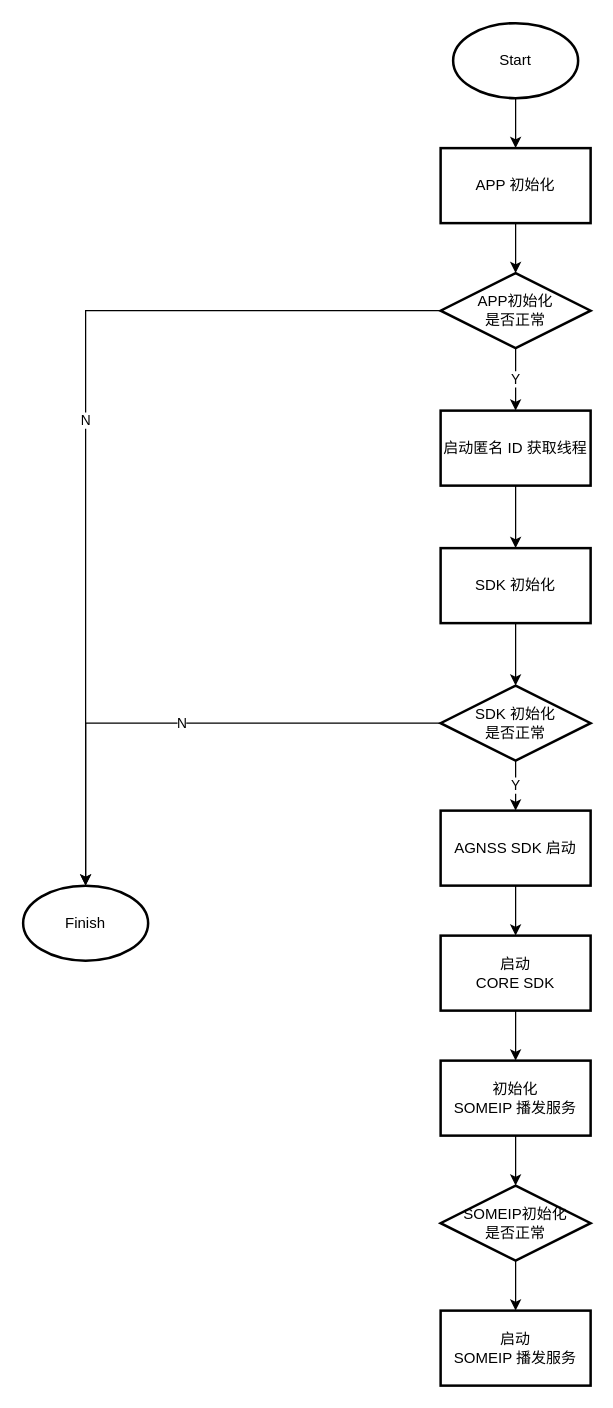
This is drawio/byd-mainFlowChart.drawio from mrlv0517/data, a draw.io file, before an edit. Source tidied: cells renumbered, new cells numbered last; positions are measured from the earlier drawing's top-left corner, leaving out a move shared by most shapes. Both pictures are drawn from the tidied source at 125%, with x=0, y=0 at pixel (22, 22).
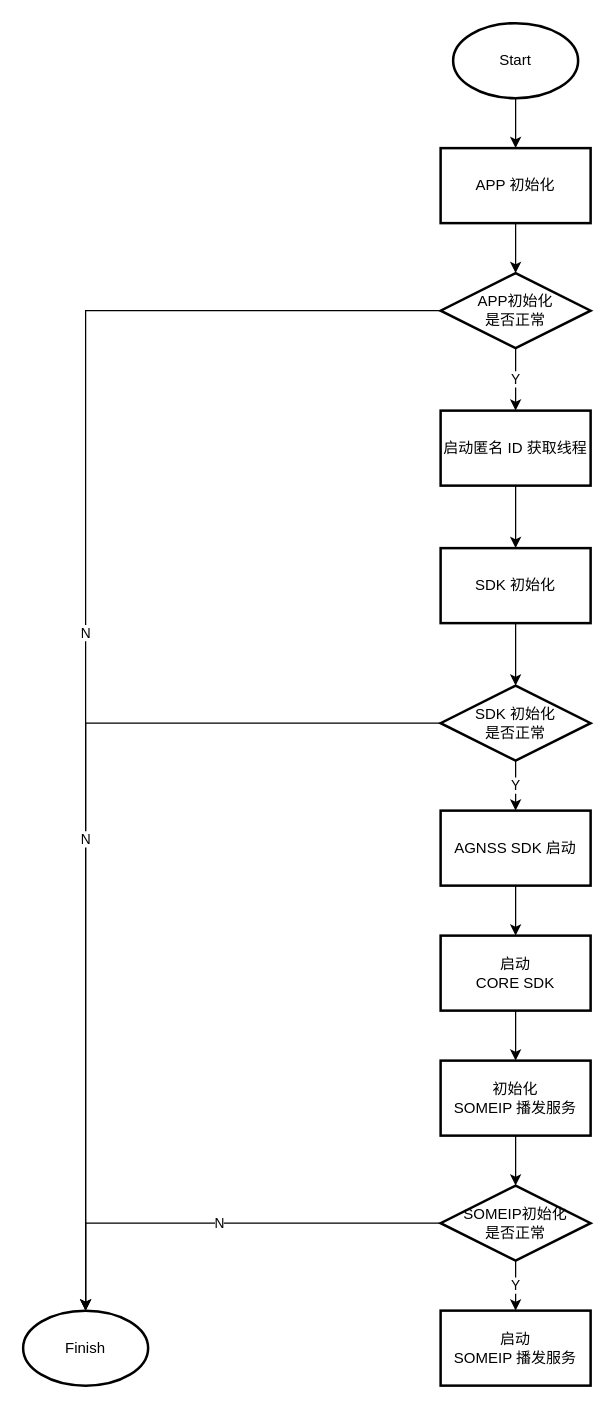
After the change.

The change refers to these unchanged cells:
```xml
<mxCell id="24" value="SOMEIP初始化&lt;br&gt;是否正常" style="rhombus;whiteSpace=wrap;html=1;strokeWidth=2;" parent="1" vertex="1">
  <mxGeometry x="334" y="930" width="120" height="60" as="geometry" />
</mxCell>
<mxCell id="25" value="启动 &lt;br&gt;SOMEIP 播发服务" style="whiteSpace=wrap;html=1;strokeWidth=2;" parent="1" vertex="1">
  <mxGeometry x="334" y="1030" width="120" height="60" as="geometry" />
</mxCell>
```

The edit, as a diff of the source:
```diff
@@
     <mxCell id="11" value="Finish" style="strokeWidth=2;html=1;shape=mxgraph.flowchart.start_1;whiteSpace=wrap;" parent="1" vertex="1">
-      <mxGeometry y="690" width="100" height="60" as="geometry" />
+      <mxGeometry y="1030" width="100" height="60" as="geometry" />
     </mxCell>
@@
-    <mxCell id="23" style="edgeStyle=orthogonalEdgeStyle;rounded=0;jettySize=auto;html=1;" parent="1" edge="1" source="24" target="25">
+    <mxCell id="23" value="Y" style="edgeStyle=orthogonalEdgeStyle;rounded=0;jettySize=auto;html=1;" parent="1" edge="1" source="24" target="25">
       <mxGeometry relative="1" as="geometry" />
     </mxCell>
+    <mxCell id="26" value="N" style="edgeStyle=orthogonalEdgeStyle;rounded=0;jettySize=auto;html=1;entryX=0.5;entryY=0;entryDx=0;entryDy=0;entryPerimeter=0;" parent="1" edge="1" source="24" target="11">
+      <mxGeometry relative="1" as="geometry" />
+    </mxCell>
```
